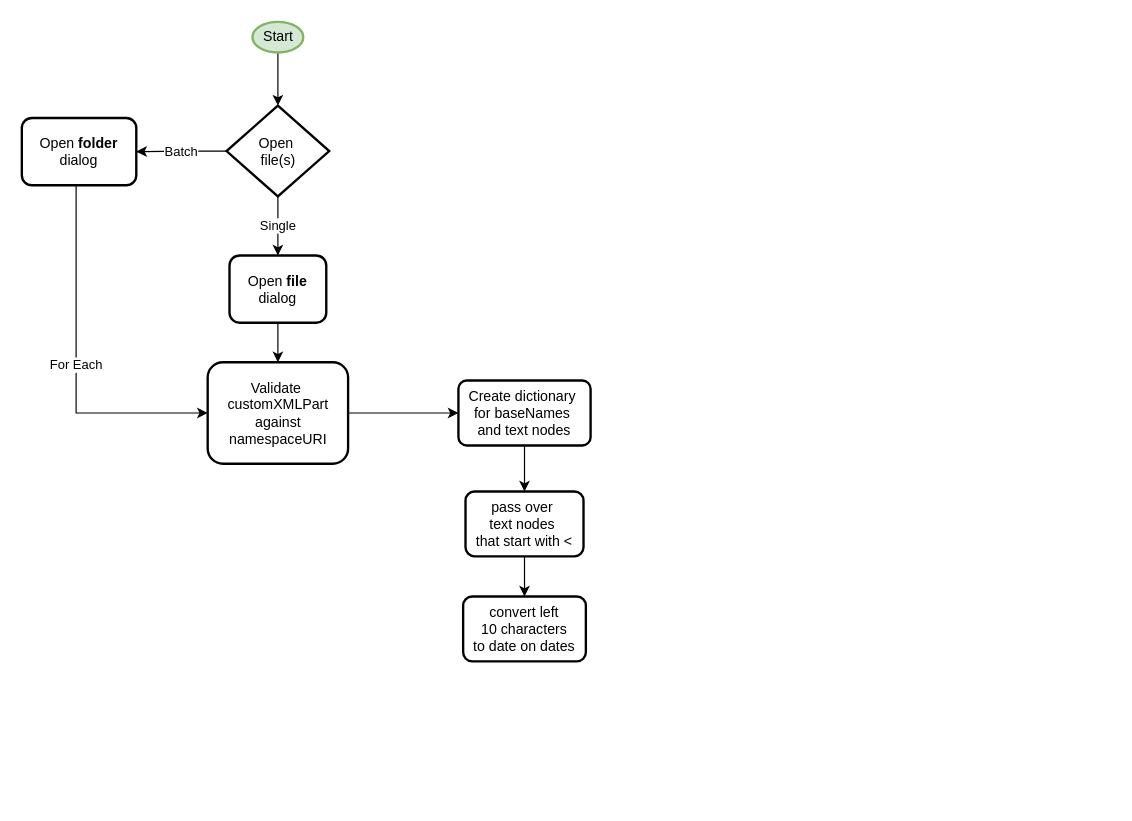
benstanfish/Diagrams keeps this draw.io diagram as WordLink.drawio. Above is the earlier version. Source tidied: cells renumbered, new cells numbered last; positions are measured from the earlier drawing's top-left corner, leaving out a move shared by most shapes. Both pictures are drawn from the tidied source at 118%, with x=0, y=0 at pixel (21, 21).
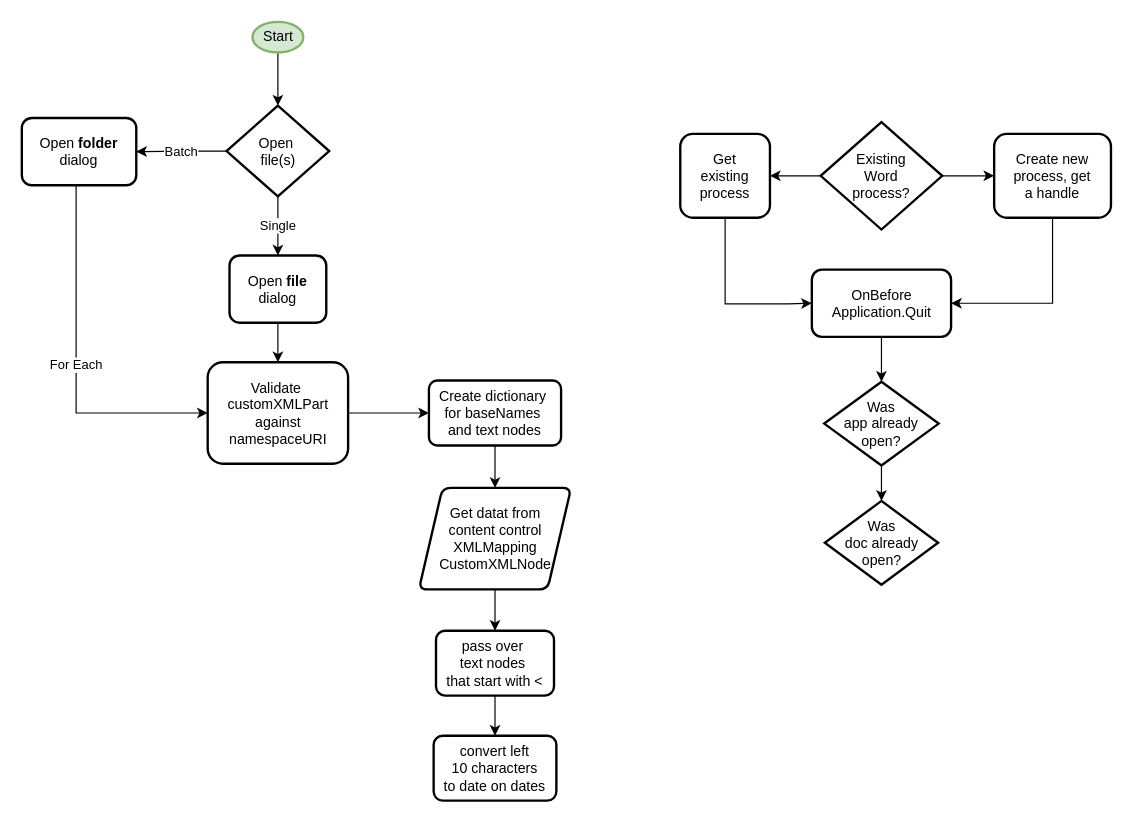
After the change.

The change refers to these unchanged cells:
```xml
<mxCell id="12" value="Validate&amp;nbsp;&lt;div&gt;customXMLPart&lt;/div&gt;&lt;div&gt;against&lt;/div&gt;&lt;div&gt;namespaceURI&lt;/div&gt;" style="whiteSpace=wrap;html=1;rounded=1;strokeWidth=2;spacing=10;" parent="1" vertex="1">
  <mxGeometry x="157.5" y="288.5" width="119" height="86" as="geometry" />
</mxCell>
```

Diff of the diagram source:
```diff
@@
-    <mxCell id="11" style="edgeStyle=orthogonalEdgeStyle;rounded=0;jettySize=auto;html=1;" parent="1" edge="1" source="12" target="14">
+    <mxCell id="11" style="edgeStyle=orthogonalEdgeStyle;rounded=0;jettySize=auto;html=1;entryX=0;entryY=0.5;entryDx=0;entryDy=0;" parent="1" edge="1" source="12" target="14">
       <mxGeometry relative="1" as="geometry" />
     </mxCell>
@@
-    <mxCell id="13" style="edgeStyle=orthogonalEdgeStyle;rounded=0;jettySize=auto;html=1;" parent="1" edge="1" source="14" target="16">
-      <mxGeometry relative="1" as="geometry" />
-    </mxCell>
+    <mxCell id="18" style="edgeStyle=orthogonalEdgeStyle;rounded=0;jettySize=auto;html=1;" parent="1" edge="1" source="14" target="27">
+      <mxGeometry relative="1" as="geometry" />
+    </mxCell>
     <mxCell id="14" value="Create dictionary&amp;nbsp;&lt;div&gt;for baseNames&amp;nbsp;&lt;/div&gt;&lt;div&gt;and text nodes&lt;/div&gt;" style="rounded=1;whiteSpace=wrap;html=1;absoluteArcSize=1;arcSize=14;strokeWidth=2;" parent="1" vertex="1">
-      <mxGeometry x="370" y="304" width="112" height="55" as="geometry" />
+      <mxGeometry x="345" y="304" width="112" height="55" as="geometry" />
     </mxCell>
@@
     <mxCell id="16" value="pass over&amp;nbsp;&lt;div&gt;text nodes&amp;nbsp;&lt;/div&gt;&lt;div&gt;that start with &amp;lt;&lt;/div&gt;" style="whiteSpace=wrap;html=1;rounded=1;arcSize=14;strokeWidth=2;" parent="1" vertex="1">
-      <mxGeometry x="376" y="398" width="100" height="55" as="geometry" />
+      <mxGeometry x="351" y="516" width="100" height="55" as="geometry" />
     </mxCell>
     <mxCell id="17" value="convert left&lt;div&gt;10 characters&lt;/div&gt;&lt;div&gt;to date on dates&lt;/div&gt;" style="whiteSpace=wrap;html=1;rounded=1;arcSize=14;strokeWidth=2;" parent="1" vertex="1">
-      <mxGeometry x="374" y="487" width="104" height="55" as="geometry" />
+      <mxGeometry x="349" y="605" width="104" height="55" as="geometry" />
     </mxCell>
+    <mxCell id="19" style="edgeStyle=orthogonalEdgeStyle;rounded=0;jettySize=auto;html=1;" parent="1" edge="1" source="21" target="23">
+      <mxGeometry relative="1" as="geometry" />
+    </mxCell>
+    <mxCell id="20" style="edgeStyle=orthogonalEdgeStyle;rounded=0;jettySize=auto;html=1;" parent="1" edge="1" source="21" target="25">
+      <mxGeometry relative="1" as="geometry" />
+    </mxCell>
+    <mxCell id="21" value="Existing&lt;div&gt;Word&lt;/div&gt;&lt;div&gt;process?&lt;/div&gt;" style="strokeWidth=2;html=1;shape=mxgraph.flowchart.decision;whiteSpace=wrap;spacing=20;" parent="1" vertex="1">
+      <mxGeometry x="677" y="85" width="103" height="91" as="geometry" />
+    </mxCell>
+    <mxCell id="22" style="edgeStyle=orthogonalEdgeStyle;rounded=0;jettySize=auto;html=1;entryX=0;entryY=0.5;entryDx=0;entryDy=0;" parent="1" edge="1" source="23" target="29">
+      <mxGeometry relative="1" as="geometry">
+        <Array as="points">
+          <mxPoint x="596" y="239" />
+          <mxPoint x="650" y="239" />
+        </Array>
+      </mxGeometry>
+    </mxCell>
+    <mxCell id="23" value="Get&lt;div&gt;existing&lt;/div&gt;&lt;div&gt;process&lt;/div&gt;" style="rounded=1;whiteSpace=wrap;html=1;strokeWidth=2;spacing=10;" parent="1" vertex="1">
+      <mxGeometry x="558" y="95" width="76" height="71" as="geometry" />
+    </mxCell>
+    <mxCell id="24" style="edgeStyle=orthogonalEdgeStyle;rounded=0;jettySize=auto;html=1;entryX=1;entryY=0.5;entryDx=0;entryDy=0;" parent="1" edge="1" source="25" target="29">
+      <mxGeometry relative="1" as="geometry">
+        <Array as="points">
+          <mxPoint x="874" y="239" />
+        </Array>
+      </mxGeometry>
+    </mxCell>
+    <mxCell id="25" value="Create new&lt;div&gt;process, get&lt;/div&gt;&lt;div&gt;a handle&lt;/div&gt;" style="rounded=1;whiteSpace=wrap;html=1;strokeWidth=2;spacing=10;" parent="1" vertex="1">
+      <mxGeometry x="824" y="95" width="99" height="71" as="geometry" />
+    </mxCell>
+    <mxCell id="26" style="edgeStyle=orthogonalEdgeStyle;rounded=0;jettySize=auto;html=1;" parent="1" edge="1" source="27" target="16">
+      <mxGeometry relative="1" as="geometry" />
+    </mxCell>
+    <mxCell id="27" value="Get datat from&lt;div&gt;content control&lt;/div&gt;&lt;div&gt;XMLMapping&lt;/div&gt;&lt;div&gt;CustomXMLNode&lt;/div&gt;" style="shape=parallelogram;perimeter=parallelogramPerimeter;whiteSpace=wrap;html=1;fixedSize=1;rounded=1;arcSize=14;strokeWidth=2;spacing=10;" parent="1" vertex="1">
+      <mxGeometry x="336.5" y="395" width="129" height="86" as="geometry" />
+    </mxCell>
+    <mxCell id="28" style="edgeStyle=orthogonalEdgeStyle;rounded=0;jettySize=auto;html=1;" parent="1" edge="1" source="29" target="31">
+      <mxGeometry relative="1" as="geometry" />
+    </mxCell>
+    <mxCell id="29" value="OnBefore&lt;div&gt;Application.Quit&lt;/div&gt;" style="rounded=1;whiteSpace=wrap;html=1;strokeWidth=2;spacing=10;" parent="1" vertex="1">
+      <mxGeometry x="669.5" y="210" width="118" height="57" as="geometry" />
+    </mxCell>
+    <mxCell id="30" style="edgeStyle=orthogonalEdgeStyle;rounded=0;jettySize=auto;html=1;" parent="1" edge="1" source="31" target="32">
+      <mxGeometry relative="1" as="geometry" />
+    </mxCell>
+    <mxCell id="31" value="Was&lt;div&gt;app already&lt;/div&gt;&lt;div&gt;open?&lt;/div&gt;" style="rhombus;whiteSpace=wrap;html=1;rounded=0;strokeWidth=2;spacing=10;" parent="1" vertex="1">
+      <mxGeometry x="680" y="305" width="97" height="71" as="geometry" />
+    </mxCell>
+    <mxCell id="32" value="Was&lt;div&gt;doc already&lt;/div&gt;&lt;div&gt;open?&lt;/div&gt;" style="rhombus;whiteSpace=wrap;html=1;rounded=0;strokeWidth=2;spacing=10;" parent="1" vertex="1">
+      <mxGeometry x="680.5" y="406" width="96" height="71" as="geometry" />
+    </mxCell>
```
